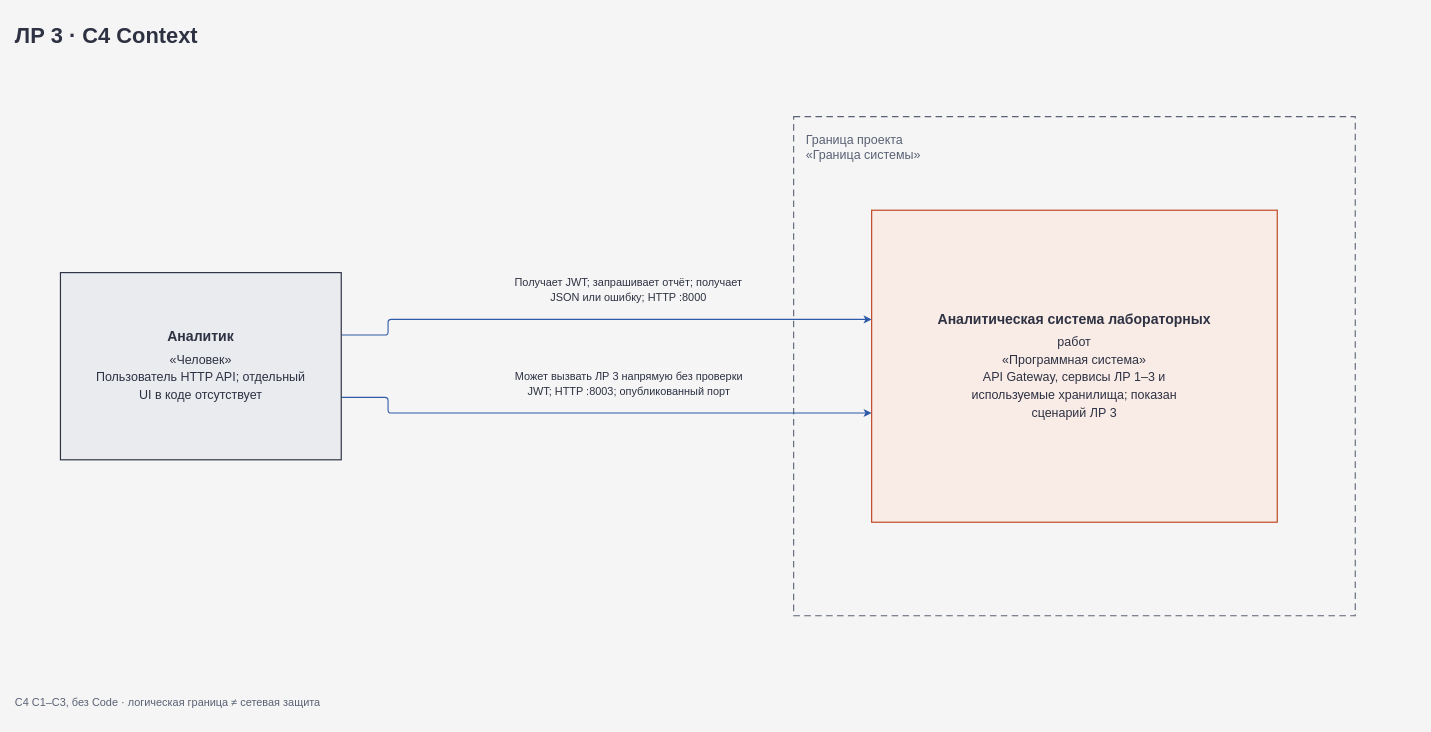
Before: page "C4 Context" (1 of 6) of docs/diagrams/drawio/lab3.drawio in prikolBLYAT/volovich, a draw.io diagram. Source tidied: cells renumbered, new cells numbered last; positions are measured from the earlier drawing's top-left corner, leaving out a move shared by most shapes. Both pictures are drawn from the tidied source at 78%, with x=0, y=0 at pixel (13, 13).
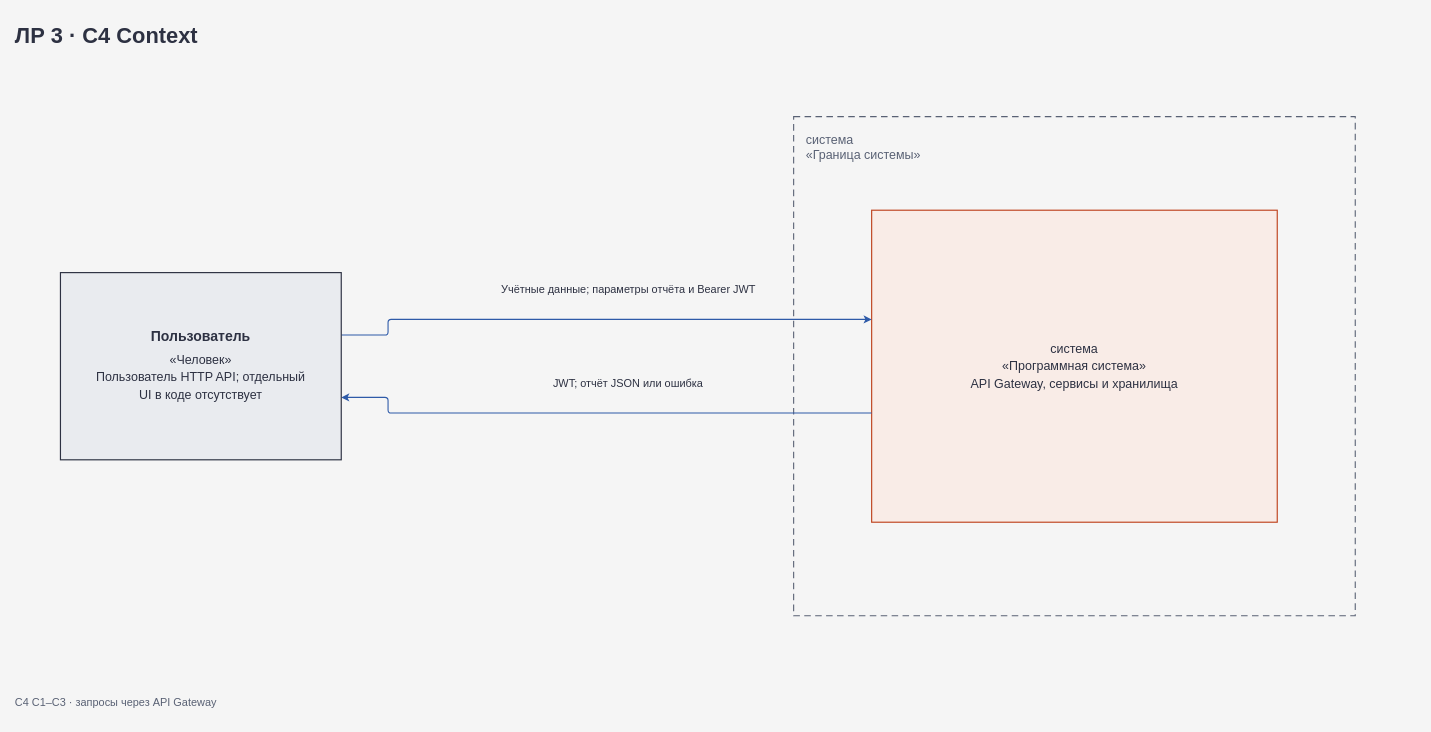
The same page after the edit.

Diff of the diagram source:
```diff
@@
 <mxGraphModel background="#f5f5f5">
   <root>
     <mxCell id="0" />
     <mxCell id="1" parent="0" />
     <mxCell id="2" value="ЛР 3 · C4 Context" style="text;html=1;fontFamily=Arial;fontSize=28;fontStyle=1;fontColor=#2d3142;align=left;verticalAlign=middle;strokeColor=none;fillColor=none;" parent="1" vertex="1">
       <mxGeometry width="1800" height="56" as="geometry" />
     </mxCell>
-    <mxCell id="3" value="Граница проекта&lt;br&gt;«Граница системы»" style="rounded=0;html=1;whiteSpace=wrap;fillColor=none;strokeColor=#596174;dashed=1;dashPattern=6 4;strokeWidth=1.4;align=left;verticalAlign=top;spacing=16;fontFamily=Arial;fontSize=16;fontColor=#596174;" parent="1" vertex="1">
+    <mxCell id="3" value="система&lt;br&gt;«Граница системы»" style="rounded=0;html=1;whiteSpace=wrap;fillColor=none;strokeColor=#596174;dashed=1;dashPattern=6 4;strokeWidth=1.4;align=left;verticalAlign=top;spacing=16;fontFamily=Arial;fontSize=16;fontColor=#596174;" parent="1" vertex="1">
       <mxGeometry x="1000" y="132" width="720" height="640" as="geometry" />
     </mxCell>
-    <mxCell id="4" value="&lt;div style=&quot;line-height:1.35&quot;&gt;Получает JWT; запрашивает отчёт; получает&lt;br&gt;JSON или ошибку; HTTP :8000&lt;/div&gt;" style="edgeStyle=orthogonalEdgeStyle;rounded=1;arcSize=8;jettySize=0;html=1;endArrow=classic;endFill=1;strokeWidth=1.4;strokeColor=#2e5aa8;fontFamily=Arial;fontSize=14;fontColor=#2d3142;labelBackgroundColor=#f5f5f5;labelBorderColor=none;whiteSpace=wrap;labelWidth=327.40000000000003;spacing=4;jumpStyle=arc;jumpSize=10;exitX=1;exitY=0.3333333333333333;exitDx=0;exitDy=0;exitPerimeter=0;entryX=0;entryY=0.35;entryDx=0;entryDy=0;entryPerimeter=0;" parent="1" edge="1" source="6" target="7">
+    <mxCell id="4" value="&lt;div style=&quot;line-height:1.4&quot;&gt;Учётные данные; параметры отчёта и Bearer JWT&lt;/div&gt;" style="edgeStyle=orthogonalEdgeStyle;rounded=1;arcSize=8;jettySize=0;html=1;endArrow=classic;endFill=1;strokeWidth=1.4;strokeColor=#2e5aa8;fontFamily=Arial;fontSize=14;fontColor=#2d3142;labelBackgroundColor=#f5f5f5;labelBorderColor=none;whiteSpace=wrap;labelWidth=327.40000000000003;spacing=4;jumpStyle=arc;jumpSize=10;exitX=1;exitY=0.3333333333333333;exitDx=0;exitDy=0;exitPerimeter=0;entryX=0;entryY=0.35;entryDx=0;entryDy=0;entryPerimeter=0;" parent="1" edge="1" source="6" target="7">
       <mxGeometry x="0.11" relative="1" as="geometry">
         <Array as="points">
           <mxPoint x="480" y="412" />
           <mxPoint x="480" y="392" />
         </Array>
         <mxPoint y="-38" as="offset" />
       </mxGeometry>
     </mxCell>
-    <mxCell id="5" value="&lt;div style=&quot;line-height:1.35&quot;&gt;Может вызвать ЛР 3 напрямую без проверки&lt;br&gt;JWT; HTTP :8003; опубликованный порт&lt;/div&gt;" style="edgeStyle=orthogonalEdgeStyle;rounded=1;arcSize=8;jettySize=0;html=1;endArrow=classic;endFill=1;strokeWidth=1.4;strokeColor=#2e5aa8;fontFamily=Arial;fontSize=14;fontColor=#2d3142;labelBackgroundColor=#f5f5f5;labelBorderColor=none;whiteSpace=wrap;labelWidth=320.0;spacing=4;jumpStyle=arc;jumpSize=10;exitX=1;exitY=0.6666666666666666;exitDx=0;exitDy=0;exitPerimeter=0;entryX=0;entryY=0.65;entryDx=0;entryDy=0;entryPerimeter=0;" parent="1" edge="1" source="6" target="7">
-      <mxGeometry x="0.11" relative="1" as="geometry">
+    <mxCell id="5" value="&lt;div style=&quot;line-height:1.4&quot;&gt;JWT; отчёт JSON или ошибка&lt;/div&gt;" style="edgeStyle=orthogonalEdgeStyle;rounded=1;arcSize=8;jettySize=0;html=1;endArrow=classic;endFill=1;strokeWidth=1.4;strokeColor=#2e5aa8;fontFamily=Arial;fontSize=14;fontColor=#2d3142;labelBackgroundColor=#f5f5f5;labelBorderColor=none;whiteSpace=wrap;labelWidth=320.0;spacing=4;jumpStyle=arc;jumpSize=10;exitX=0;exitY=0.65;exitDx=0;exitDy=0;exitPerimeter=0;entryX=1;entryY=0.6666666666666666;entryDx=0;entryDy=0;entryPerimeter=0;" parent="1" edge="1" source="7" target="6">
+      <mxGeometry x="-0.11" relative="1" as="geometry">
         <Array as="points">
+          <mxPoint x="480" y="512" />
           <mxPoint x="480" y="492" />
-          <mxPoint x="480" y="512" />
         </Array>
         <mxPoint y="-38" as="offset" />
       </mxGeometry>
     </mxCell>
-    <mxCell id="6" value="&lt;div style=&quot;font-size:18px;font-weight:bold&quot;&gt;Аналитик&lt;/div&gt;&lt;div style=&quot;margin-top:8px;line-height:1.4&quot;&gt;«Человек»&lt;br&gt;Пользователь HTTP API; отдельный&lt;br&gt;UI в коде отсутствует&lt;/div&gt;" style="html=1;whiteSpace=wrap;fontFamily=Arial;fontSize=16;fontColor=#2d3142;spacing=20;verticalAlign=middle;align=center;strokeWidth=1.5;rounded=0;fillColor=#e9ebef;strokeColor=#2d3142;" parent="1" vertex="1">
+    <mxCell id="6" value="&lt;div style=&quot;font-size:18px;font-weight:bold&quot;&gt;Пользователь&lt;/div&gt;&lt;div style=&quot;margin-top:8px;line-height:1.4&quot;&gt;«Человек»&lt;br&gt;Пользователь HTTP API; отдельный&lt;br&gt;UI в коде отсутствует&lt;/div&gt;" style="html=1;whiteSpace=wrap;fontFamily=Arial;fontSize=16;fontColor=#2d3142;spacing=20;verticalAlign=middle;align=center;strokeWidth=1.5;rounded=0;fillColor=#e9ebef;strokeColor=#2d3142;" parent="1" vertex="1">
       <mxGeometry x="60" y="332" width="360" height="240" as="geometry" />
     </mxCell>
-    <mxCell id="7" value="&lt;div style=&quot;font-size:18px;font-weight:bold&quot;&gt;Аналитическая система лабораторных&lt;/div&gt;&lt;div style=&quot;margin-top:8px;line-height:1.4&quot;&gt;работ&lt;br&gt;«Программная система»&lt;br&gt;API Gateway, сервисы ЛР 1–3 и&lt;br&gt;используемые хранилища; показан&lt;br&gt;сценарий ЛР 3&lt;/div&gt;" style="html=1;whiteSpace=wrap;fontFamily=Arial;fontSize=16;fontColor=#2d3142;spacing=20;verticalAlign=middle;align=center;strokeWidth=1.5;rounded=0;fillColor=#f9ece7;strokeColor=#bf4520;" parent="3" vertex="1">
+    <mxCell id="7" value="&lt;div style=&quot;line-height:1.4&quot;&gt;система&lt;br&gt;«Программная система»&lt;br&gt;API Gateway, сервисы и хранилища&lt;/div&gt;" style="html=1;whiteSpace=wrap;fontFamily=Arial;fontSize=16;fontColor=#2d3142;spacing=20;verticalAlign=middle;align=center;strokeWidth=1.5;rounded=0;fillColor=#f9ece7;strokeColor=#bf4520;" parent="3" vertex="1">
       <mxGeometry x="100" y="120" width="520" height="400" as="geometry" />
     </mxCell>
-    <mxCell id="8" value="C4 C1–C3, без Code · логическая граница ≠ сетевая защита" style="text;html=1;fontFamily=Arial;fontSize=14;fontColor=#596174;align=left;strokeColor=none;fillColor=none;" parent="1" vertex="1">
+    <mxCell id="8" value="C4 C1–C3 · запросы через API Gateway" style="text;html=1;fontFamily=Arial;fontSize=14;fontColor=#596174;align=left;strokeColor=none;fillColor=none;" parent="1" vertex="1">
       <mxGeometry y="868" width="1800" height="36" as="geometry" />
     </mxCell>
   </root>
 </mxGraphModel>
```
